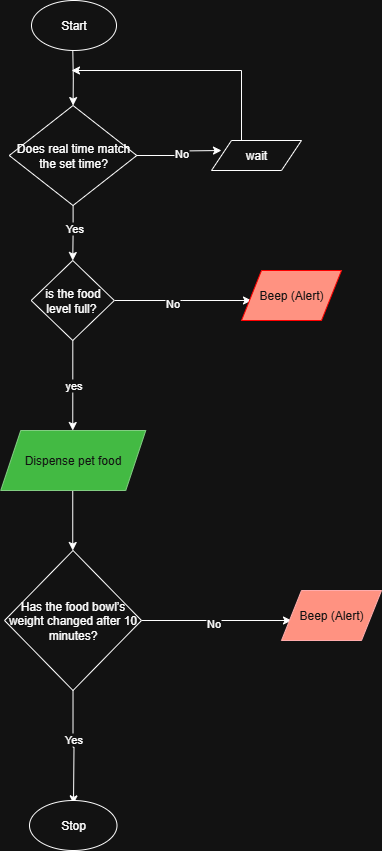
Before: Pet feeder Flowchart.png, a diagram exported from draw.io (bhaweshrijal/IIT-Assignment). Source tidied: cells renumbered, new cells last; positions are measured from the earlier drawing's top-left corner, leaving out a move shared by most shapes.
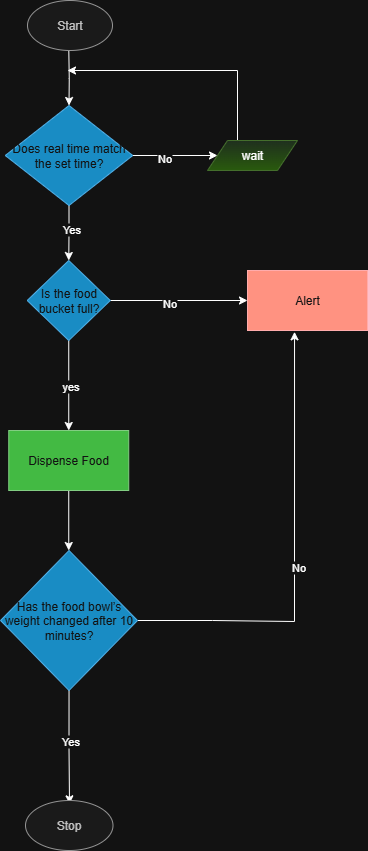
Above is the later version.

Change to the diagram source:
```diff
@@ -15,17 +15,13 @@
     <mxCell id="4" value="Yes" style="edgeLabel;html=1;align=center;verticalAlign=middle;" parent="3" vertex="1">
       <mxGeometry x="-0.17" y="1" relative="1" as="geometry" />
     </mxCell>
-    <mxCell id="5" style="edgeStyle=orthogonalEdgeStyle;rounded=0;jettySize=auto;html=1;exitX=1;exitY=0.5;exitDx=0;exitDy=0;" parent="1" edge="1" source="7">
-      <mxGeometry relative="1" as="geometry">
-        <mxPoint x="221" y="150" as="targetPoint" />
-      </mxGeometry>
-    </mxCell>
+    <mxCell id="26" style="edgeStyle=orthogonalEdgeStyle;rounded=0;jettySize=auto;html=1;exitX=1;exitY=0.5;exitDx=0;exitDy=0;entryX=0;entryY=0.5;entryDx=0;entryDy=0;" parent="1" edge="1" source="7" target="9">
+      <mxGeometry relative="1" as="geometry" />
+    </mxCell>
-    <mxCell id="6" value="No" style="edgeLabel;html=1;align=center;verticalAlign=middle;" parent="5" vertex="1">
-      <mxGeometry x="0.01" y="-3" relative="1" as="geometry">
-        <mxPoint x="-1" as="offset" />
-      </mxGeometry>
+    <mxCell id="6" value="No" style="edgeLabel;html=1;align=center;verticalAlign=middle;" parent="26" vertex="1">
+      <mxGeometry x="-0.27" y="-2" relative="1" as="geometry" />
     </mxCell>
-    <mxCell id="7" value="Does real time match the set time?" style="rhombus;whiteSpace=wrap;html=1;" parent="1" vertex="1">
+    <mxCell id="7" value="Does real time match the set time?" style="rhombus;whiteSpace=wrap;html=1;fillColor=#1ba1e2;fontColor=#ffffff;strokeColor=#006EAF;" parent="1" vertex="1">
       <mxGeometry x="8.8" y="105" width="127.5" height="100" as="geometry" />
     </mxCell>
     <mxCell id="8" style="edgeStyle=orthogonalEdgeStyle;rounded=0;jettySize=auto;html=1;exitX=0.5;exitY=0;exitDx=0;exitDy=0;" parent="1" edge="1" source="9">
@@ -37,7 +33,7 @@
         </Array>
       </mxGeometry>
     </mxCell>
-    <mxCell id="9" value="wait" style="shape=parallelogram;perimeter=parallelogramPerimeter;whiteSpace=wrap;html=1;fixedSize=1;" parent="1" vertex="1">
+    <mxCell id="9" value="wait" style="shape=parallelogram;perimeter=parallelogramPerimeter;whiteSpace=wrap;html=1;fixedSize=1;fillColor=#d5e8d4;strokeColor=#82b366;gradientColor=#97d077;" parent="1" vertex="1">
       <mxGeometry x="211" y="140" width="90" height="30" as="geometry" />
     </mxCell>
     <mxCell id="10" style="edgeStyle=orthogonalEdgeStyle;rounded=0;jettySize=auto;html=1;" parent="1" edge="1" source="14">
@@ -56,23 +52,22 @@
     <mxCell id="13" value="yes" style="edgeLabel;html=1;align=center;verticalAlign=middle;" parent="12" vertex="1">
       <mxGeometry x="-0.01" relative="1" as="geometry" />
     </mxCell>
-    <mxCell id="14" value="is the food level full?&amp;nbsp;" style="rhombus;whiteSpace=wrap;html=1;" parent="1" vertex="1">
+    <mxCell id="14" value="Is the food bucket full?" style="rhombus;whiteSpace=wrap;html=1;fillColor=#1ba1e2;fontColor=#ffffff;strokeColor=#006EAF;" parent="1" vertex="1">
       <mxGeometry x="30.7" y="260" width="83.1" height="80" as="geometry" />
     </mxCell>
-    <mxCell id="15" value="Beep (Alert)" style="shape=parallelogram;perimeter=parallelogramPerimeter;whiteSpace=wrap;html=1;fixedSize=1;fillColor=#e51400;fontColor=#ffffff;strokeColor=light-dark(#B20000,#FF0000);" parent="1" vertex="1">
-      <mxGeometry x="241" y="270" width="100" height="50" as="geometry" />
-    </mxCell>
-    <mxCell id="16" style="edgeStyle=orthogonalEdgeStyle;rounded=0;jettySize=auto;html=1;" parent="1" edge="1" source="17">
+    <mxCell id="16" style="edgeStyle=orthogonalEdgeStyle;rounded=0;orthogonalLoop=1;jettySize=auto;html=1;" parent="1" edge="1">
       <mxGeometry relative="1" as="geometry">
+        <mxPoint x="72.2" y="490" as="sourcePoint" />
         <mxPoint x="72.2" y="550" as="targetPoint" />
       </mxGeometry>
     </mxCell>
-    <mxCell id="17" value="Dispense pet food" style="shape=parallelogram;perimeter=parallelogramPerimeter;whiteSpace=wrap;html=1;fixedSize=1;fillColor=#008a00;fontColor=#ffffff;strokeColor=#005700;" parent="1" vertex="1">
-      <mxGeometry x="0.2" y="430" width="145" height="60" as="geometry" />
-    </mxCell>
-    <mxCell id="18" style="edgeStyle=orthogonalEdgeStyle;rounded=0;jettySize=auto;html=1;exitX=1;exitY=0.5;exitDx=0;exitDy=0;" parent="1" edge="1" source="22">
+    <mxCell id="18" style="edgeStyle=orthogonalEdgeStyle;rounded=0;jettySize=auto;html=1;exitX=1;exitY=0.5;exitDx=0;exitDy=0;entryX=0.392;entryY=1.022;entryDx=0;entryDy=0;entryPerimeter=0;" parent="1" edge="1" source="22" target="27">
       <mxGeometry relative="1" as="geometry">
-        <mxPoint x="291" y="620" as="targetPoint" />
+        <Array as="points">
+          <mxPoint x="216" y="620" />
+          <mxPoint x="216" y="621" />
+          <mxPoint x="298" y="621" />
+        </Array>
       </mxGeometry>
     </mxCell>
     <mxCell id="19" value="No" style="edgeLabel;html=1;align=center;verticalAlign=middle;" parent="18" vertex="1">
@@ -86,17 +81,20 @@
     <mxCell id="21" value="Yes" style="edgeLabel;html=1;align=center;verticalAlign=middle;" parent="20" vertex="1">
       <mxGeometry x="-0.14" relative="1" as="geometry" />
     </mxCell>
-    <mxCell id="22" value="Has the food bowl’s weight changed after 10 minutes?" style="rhombus;whiteSpace=wrap;html=1;" parent="1" vertex="1">
+    <mxCell id="22" value="Has the food bowl’s weight changed after 10 minutes?" style="rhombus;whiteSpace=wrap;html=1;fillColor=#1ba1e2;fontColor=#ffffff;strokeColor=#006EAF;" parent="1" vertex="1">
       <mxGeometry x="4.1" y="550" width="136.9" height="140" as="geometry" />
     </mxCell>
-    <mxCell id="23" value="Beep (Alert)" style="shape=parallelogram;perimeter=parallelogramPerimeter;whiteSpace=wrap;html=1;fixedSize=1;fillColor=#e51400;fontColor=#ffffff;strokeColor=#B20000;" parent="1" vertex="1">
-      <mxGeometry x="281" y="590" width="100" height="50" as="geometry" />
-    </mxCell>
-    <mxCell id="24" value="Start" style="ellipse;whiteSpace=wrap;html=1;" parent="1" vertex="1">
+    <mxCell id="24" value="Start" style="ellipse;whiteSpace=wrap;html=1;fillColor=#f5f5f5;fontColor=#333333;strokeColor=#666666;" parent="1" vertex="1">
       <mxGeometry x="31" width="85" height="50" as="geometry" />
     </mxCell>
-    <mxCell id="25" value="Stop" style="ellipse;whiteSpace=wrap;html=1;" parent="1" vertex="1">
+    <mxCell id="25" value="Stop" style="ellipse;whiteSpace=wrap;html=1;fillColor=#f5f5f5;fontColor=#333333;strokeColor=#666666;" parent="1" vertex="1">
       <mxGeometry x="29" y="800" width="87.5" height="50" as="geometry" />
     </mxCell>
+    <mxCell id="27" value="Alert" style="rounded=0;whiteSpace=wrap;html=1;fillColor=#e51400;fontColor=#ffffff;strokeColor=#B20000;" parent="1" vertex="1">
+      <mxGeometry x="251" y="270" width="120" height="60" as="geometry" />
+    </mxCell>
+    <mxCell id="28" value="Dispense Food" style="rounded=0;whiteSpace=wrap;html=1;fillColor=#008a00;fontColor=#ffffff;strokeColor=#005700;" parent="1" vertex="1">
+      <mxGeometry x="12.2" y="430" width="120" height="60" as="geometry" />
+    </mxCell>
   </root>
 </mxGraphModel>
```
